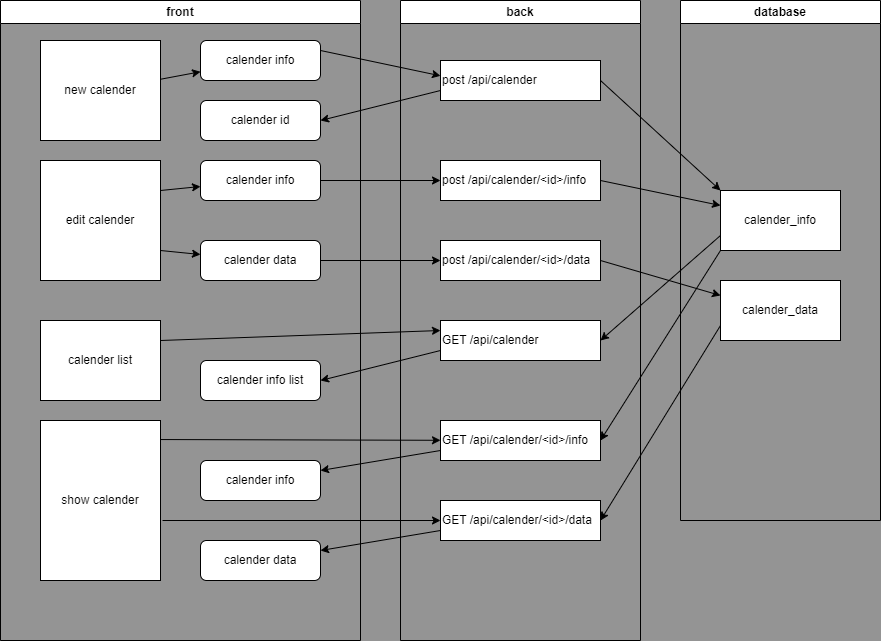
Earlier version of the draw.io export docs/img/structure.png (nagoya-caravan/backend). Source tidied: cells renumbered, new cells last; positions are measured from the earlier drawing's top-left corner, leaving out a move shared by most shapes.
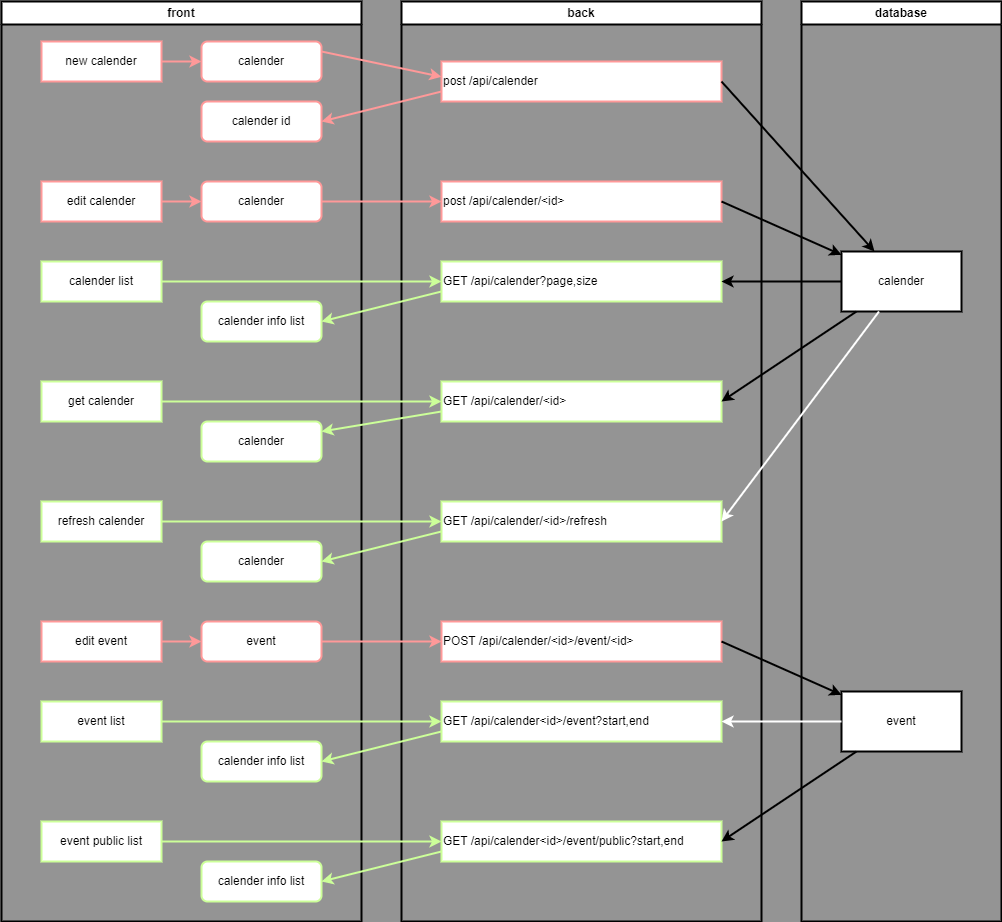
After the commit.

What changed in the source:
```diff
@@ -2,128 +2,170 @@
   <root>
     <mxCell id="0" />
     <mxCell id="1" parent="0" />
-    <mxCell id="2" value="front" style="swimlane;whiteSpace=wrap;html=1;" parent="1" vertex="1">
-      <mxGeometry width="360" height="640" as="geometry" />
+    <mxCell id="2" value="front" style="swimlane;whiteSpace=wrap;html=1;strokeWidth=2;" parent="1" vertex="1">
+      <mxGeometry width="360" height="920" as="geometry" />
     </mxCell>
-    <mxCell id="3" value="new calender" style="rounded=0;whiteSpace=wrap;html=1;" parent="2" vertex="1">
-      <mxGeometry x="40" y="40" width="120" height="100" as="geometry" />
+    <mxCell id="3" value="new calender" style="rounded=0;whiteSpace=wrap;html=1;strokeColor=#FF9999;strokeWidth=2;" parent="2" vertex="1">
+      <mxGeometry x="40" y="40" width="120" height="40" as="geometry" />
     </mxCell>
-    <mxCell id="4" style="edgeStyle=none;rounded=0;jettySize=auto;html=1;exitX=1;exitY=0.75;exitDx=0;exitDy=0;" parent="2" edge="1" source="5" target="15">
-      <mxGeometry relative="1" as="geometry" />
-    </mxCell>
-    <mxCell id="5" value="edit calender" style="rounded=0;whiteSpace=wrap;html=1;" parent="2" vertex="1">
-      <mxGeometry x="40" y="160" width="120" height="120" as="geometry" />
+    <mxCell id="5" value="edit calender" style="rounded=0;whiteSpace=wrap;html=1;strokeWidth=2;strokeColor=#FF9999;" parent="2" vertex="1">
+      <mxGeometry x="40" y="180" width="120" height="40" as="geometry" />
     </mxCell>
-    <mxCell id="6" value="calender list" style="rounded=0;whiteSpace=wrap;html=1;" parent="2" vertex="1">
-      <mxGeometry x="40" y="320" width="120" height="80" as="geometry" />
+    <mxCell id="6" value="calender list" style="rounded=0;whiteSpace=wrap;html=1;strokeWidth=2;strokeColor=#CCFF99;" parent="2" vertex="1">
+      <mxGeometry x="40" y="260" width="120" height="40" as="geometry" />
     </mxCell>
-    <mxCell id="7" value="show calender" style="rounded=0;whiteSpace=wrap;html=1;" parent="2" vertex="1">
-      <mxGeometry x="40" y="420" width="120" height="160" as="geometry" />
+    <mxCell id="7" value="get calender" style="rounded=0;whiteSpace=wrap;html=1;strokeWidth=2;strokeColor=#CCFF99;" parent="2" vertex="1">
+      <mxGeometry x="40" y="380" width="120" height="40" as="geometry" />
     </mxCell>
-    <mxCell id="8" value="calender info" style="rounded=1;whiteSpace=wrap;html=1;" parent="2" vertex="1">
-      <mxGeometry x="200" y="460" width="120" height="40" as="geometry" />
+    <mxCell id="8" value="calender" style="rounded=1;whiteSpace=wrap;html=1;strokeWidth=2;strokeColor=#CCFF99;" parent="2" vertex="1">
+      <mxGeometry x="200" y="420" width="120" height="40" as="geometry" />
     </mxCell>
-    <mxCell id="9" value="calender info list" style="rounded=1;whiteSpace=wrap;html=1;" parent="2" vertex="1">
-      <mxGeometry x="200" y="360" width="120" height="40" as="geometry" />
+    <mxCell id="9" value="calender info list" style="rounded=1;whiteSpace=wrap;html=1;strokeWidth=2;strokeColor=#CCFF99;" parent="2" vertex="1">
+      <mxGeometry x="200" y="300" width="120" height="40" as="geometry" />
     </mxCell>
-    <mxCell id="10" value="calender info" style="rounded=1;whiteSpace=wrap;html=1;" parent="2" vertex="1">
-      <mxGeometry x="200" y="160" width="120" height="40" as="geometry" />
+    <mxCell id="10" value="calender" style="rounded=1;whiteSpace=wrap;html=1;strokeWidth=2;strokeColor=#FF9999;" parent="2" vertex="1">
+      <mxGeometry x="200" y="180" width="120" height="40" as="geometry" />
     </mxCell>
-    <mxCell id="11" value="calender id" style="rounded=1;whiteSpace=wrap;html=1;" parent="2" vertex="1">
+    <mxCell id="11" value="calender id" style="rounded=1;whiteSpace=wrap;html=1;strokeColor=#FF9999;strokeWidth=2;" parent="2" vertex="1">
       <mxGeometry x="200" y="100" width="120" height="40" as="geometry" />
     </mxCell>
-    <mxCell id="12" value="calender info" style="rounded=1;whiteSpace=wrap;html=1;" parent="2" vertex="1">
+    <mxCell id="12" value="calender" style="rounded=1;whiteSpace=wrap;html=1;strokeColor=#FF9999;strokeWidth=2;" parent="2" vertex="1">
       <mxGeometry x="200" y="40" width="120" height="40" as="geometry" />
     </mxCell>
-    <mxCell id="13" style="edgeStyle=none;rounded=0;jettySize=auto;html=1;exitX=1;exitY=0.25;exitDx=0;exitDy=0;" parent="2" edge="1" source="5" target="10">
+    <mxCell id="13" style="edgeStyle=none;rounded=0;jettySize=auto;html=1;exitX=1;exitY=0.5;exitDx=0;exitDy=0;strokeWidth=2;strokeColor=#FF9999;" parent="2" edge="1" source="5" target="10">
       <mxGeometry relative="1" as="geometry" />
     </mxCell>
-    <mxCell id="14" style="rounded=0;jettySize=auto;html=1;" parent="2" edge="1" source="3" target="12">
+    <mxCell id="14" style="rounded=0;jettySize=auto;html=1;strokeWidth=2;strokeColor=#FF9999;" parent="2" edge="1" source="3" target="12">
       <mxGeometry relative="1" as="geometry" />
     </mxCell>
-    <mxCell id="15" value="calender data" style="rounded=1;whiteSpace=wrap;html=1;" parent="2" vertex="1">
-      <mxGeometry x="200" y="240" width="120" height="40" as="geometry" />
-    </mxCell>
-    <mxCell id="16" value="calender data" style="rounded=1;whiteSpace=wrap;html=1;" parent="2" vertex="1">
-      <mxGeometry x="200" y="540" width="120" height="40" as="geometry" />
-    </mxCell>
+    <mxCell id="43" value="calender" style="rounded=1;whiteSpace=wrap;html=1;strokeColor=#CCFF99;strokeWidth=2;" parent="2" vertex="1">
+      <mxGeometry x="200" y="540" width="120" height="40" as="geometry" />
+    </mxCell>
+    <mxCell id="44" style="edgeStyle=none;rounded=0;jettySize=auto;html=1;exitX=1;exitY=0.5;exitDx=0;exitDy=0;entryX=0;entryY=0.5;entryDx=0;entryDy=0;strokeColor=#FF9999;strokeWidth=2;" parent="2" edge="1" source="45" target="46">
+      <mxGeometry relative="1" as="geometry" />
+    </mxCell>
+    <mxCell id="45" value="edit event" style="rounded=0;whiteSpace=wrap;html=1;strokeColor=#FF9999;strokeWidth=2;" parent="2" vertex="1">
+      <mxGeometry x="40" y="620" width="120" height="40" as="geometry" />
+    </mxCell>
+    <mxCell id="46" value="event" style="rounded=1;whiteSpace=wrap;html=1;strokeColor=#FF9999;strokeWidth=2;" parent="2" vertex="1">
+      <mxGeometry x="200" y="620" width="120" height="40" as="geometry" />
+    </mxCell>
+    <mxCell id="47" value="refresh calender" style="rounded=0;whiteSpace=wrap;html=1;strokeColor=#CCFF99;strokeWidth=2;" parent="2" vertex="1">
+      <mxGeometry x="40" y="500" width="120" height="40" as="geometry" />
+    </mxCell>
+    <mxCell id="48" value="event list" style="rounded=0;whiteSpace=wrap;html=1;strokeWidth=2;strokeColor=#CCFF99;" parent="2" vertex="1">
+      <mxGeometry x="40" y="700" width="120" height="40" as="geometry" />
+    </mxCell>
-    <mxCell id="17" value="back" style="swimlane;whiteSpace=wrap;html=1;" parent="1" vertex="1">
-      <mxGeometry x="400" width="240" height="640" as="geometry" />
+    <mxCell id="17" value="back" style="swimlane;whiteSpace=wrap;html=1;strokeWidth=2;" parent="1" vertex="1">
+      <mxGeometry x="400" width="360" height="920" as="geometry" />
     </mxCell>
-    <mxCell id="18" value="post /api/calender" style="rounded=0;whiteSpace=wrap;html=1;align=left;" parent="17" vertex="1">
-      <mxGeometry x="40" y="60" width="160" height="40" as="geometry" />
+    <mxCell id="18" value="post /api/calender" style="rounded=0;whiteSpace=wrap;html=1;align=left;strokeColor=#FF9999;strokeWidth=2;" parent="17" vertex="1">
+      <mxGeometry x="40" y="60" width="280" height="40" as="geometry" />
     </mxCell>
-    <mxCell id="19" value="post /api/calender/&amp;lt;id&amp;gt;/info" style="rounded=0;whiteSpace=wrap;html=1;align=left;" parent="17" vertex="1">
-      <mxGeometry x="40" y="160" width="160" height="40" as="geometry" />
+    <mxCell id="19" value="post /api/calender/&amp;lt;id&amp;gt;" style="rounded=0;whiteSpace=wrap;html=1;align=left;strokeWidth=2;strokeColor=#FF9999;" parent="17" vertex="1">
+      <mxGeometry x="40" y="180" width="280" height="40" as="geometry" />
     </mxCell>
-    <mxCell id="20" value="GET /api/calender" style="rounded=0;whiteSpace=wrap;html=1;align=left;" parent="17" vertex="1">
-      <mxGeometry x="40" y="320" width="160" height="40" as="geometry" />
+    <mxCell id="20" value="GET /api/calender?page,size" style="rounded=0;whiteSpace=wrap;html=1;align=left;strokeWidth=2;strokeColor=#CCFF99;" parent="17" vertex="1">
+      <mxGeometry x="40" y="260" width="280" height="40" as="geometry" />
     </mxCell>
-    <mxCell id="21" value="GET /api/calender/&amp;lt;id&amp;gt;/info" style="rounded=0;whiteSpace=wrap;html=1;align=left;" parent="17" vertex="1">
-      <mxGeometry x="40" y="420" width="160" height="40" as="geometry" />
+    <mxCell id="21" value="GET /api/calender/&amp;lt;id&amp;gt;" style="rounded=0;whiteSpace=wrap;html=1;align=left;strokeWidth=2;strokeColor=#CCFF99;" parent="17" vertex="1">
+      <mxGeometry x="40" y="380" width="280" height="40" as="geometry" />
     </mxCell>
-    <mxCell id="22" value="post /api/calender/&amp;lt;id&amp;gt;/data" style="rounded=0;whiteSpace=wrap;html=1;align=left;" parent="17" vertex="1">
-      <mxGeometry x="40" y="240" width="160" height="40" as="geometry" />
-    </mxCell>
-    <mxCell id="23" value="GET /api/calender/&amp;lt;id&amp;gt;/data" style="rounded=0;whiteSpace=wrap;html=1;align=left;" parent="17" vertex="1">
-      <mxGeometry x="40" y="500" width="160" height="40" as="geometry" />
-    </mxCell>
+    <mxCell id="49" value="GET /api/calender/&amp;lt;id&amp;gt;/refresh" style="rounded=0;whiteSpace=wrap;html=1;align=left;strokeColor=#CCFF99;strokeWidth=2;" parent="17" vertex="1">
+      <mxGeometry x="40" y="500" width="280" height="40" as="geometry" />
+    </mxCell>
+    <mxCell id="50" value="POST /api/calender/&amp;lt;id&amp;gt;/event/&amp;lt;id&amp;gt;" style="rounded=0;whiteSpace=wrap;html=1;align=left;strokeColor=#FF9999;strokeWidth=2;" parent="17" vertex="1">
+      <mxGeometry x="40" y="620" width="280" height="40" as="geometry" />
+    </mxCell>
+    <mxCell id="51" value="calender info list" style="rounded=1;whiteSpace=wrap;html=1;strokeWidth=2;strokeColor=#CCFF99;" parent="17" vertex="1">
+      <mxGeometry x="-200" y="740" width="120" height="40" as="geometry" />
+    </mxCell>
+    <mxCell id="52" style="edgeStyle=none;rounded=0;jettySize=auto;html=1;exitX=0;exitY=0.75;exitDx=0;exitDy=0;entryX=1;entryY=0.5;entryDx=0;entryDy=0;strokeColor=#CCFF99;strokeWidth=2;" parent="17" edge="1" source="53" target="51">
+      <mxGeometry relative="1" as="geometry" />
+    </mxCell>
+    <mxCell id="53" value="GET /api/calender&amp;lt;id&amp;gt;/event?start,end" style="rounded=0;whiteSpace=wrap;html=1;align=left;strokeWidth=2;strokeColor=#CCFF99;" parent="17" vertex="1">
+      <mxGeometry x="40" y="700" width="280" height="40" as="geometry" />
+    </mxCell>
+    <mxCell id="54" value="event public list" style="rounded=0;whiteSpace=wrap;html=1;strokeWidth=2;strokeColor=#CCFF99;" parent="17" vertex="1">
+      <mxGeometry x="-360" y="820" width="120" height="40" as="geometry" />
+    </mxCell>
+    <mxCell id="55" value="calender info list" style="rounded=1;whiteSpace=wrap;html=1;strokeWidth=2;strokeColor=#CCFF99;" parent="17" vertex="1">
+      <mxGeometry x="-200" y="860" width="120" height="40" as="geometry" />
+    </mxCell>
+    <mxCell id="56" style="edgeStyle=none;rounded=0;jettySize=auto;html=1;exitX=0;exitY=0.75;exitDx=0;exitDy=0;entryX=1;entryY=0.5;entryDx=0;entryDy=0;strokeColor=#CCFF99;strokeWidth=2;" parent="17" edge="1" source="57" target="55">
+      <mxGeometry relative="1" as="geometry" />
+    </mxCell>
+    <mxCell id="57" value="GET /api/calender&amp;lt;id&amp;gt;/event/public?start,end" style="rounded=0;whiteSpace=wrap;html=1;align=left;strokeWidth=2;strokeColor=#CCFF99;" parent="17" vertex="1">
+      <mxGeometry x="40" y="820" width="280" height="40" as="geometry" />
+    </mxCell>
+    <mxCell id="58" style="edgeStyle=none;rounded=0;jettySize=auto;html=1;exitX=1;exitY=0.5;exitDx=0;exitDy=0;entryX=0;entryY=0.5;entryDx=0;entryDy=0;strokeColor=#CCFF99;strokeWidth=2;" parent="17" edge="1" source="54" target="57">
+      <mxGeometry relative="1" as="geometry" />
+    </mxCell>
-    <mxCell id="24" style="edgeStyle=none;rounded=0;jettySize=auto;html=1;exitX=0;exitY=0.75;exitDx=0;exitDy=0;entryX=1;entryY=0.5;entryDx=0;entryDy=0;" parent="1" edge="1" source="18" target="11">
+    <mxCell id="24" style="edgeStyle=none;rounded=0;jettySize=auto;html=1;exitX=0;exitY=0.75;exitDx=0;exitDy=0;entryX=1;entryY=0.5;entryDx=0;entryDy=0;strokeWidth=2;strokeColor=#FF9999;" parent="1" edge="1" source="18" target="11">
       <mxGeometry relative="1" as="geometry" />
     </mxCell>
-    <mxCell id="25" style="edgeStyle=none;rounded=0;jettySize=auto;html=1;exitX=1;exitY=0.5;exitDx=0;exitDy=0;entryX=0;entryY=0.5;entryDx=0;entryDy=0;" parent="1" edge="1" source="10" target="19">
+    <mxCell id="25" style="edgeStyle=none;rounded=0;jettySize=auto;html=1;exitX=1;exitY=0.5;exitDx=0;exitDy=0;entryX=0;entryY=0.5;entryDx=0;entryDy=0;strokeWidth=2;strokeColor=#FF9999;" parent="1" edge="1" source="10" target="19">
       <mxGeometry relative="1" as="geometry" />
     </mxCell>
-    <mxCell id="26" style="edgeStyle=none;rounded=0;jettySize=auto;html=1;exitX=1;exitY=0.25;exitDx=0;exitDy=0;entryX=0;entryY=0.383;entryDx=0;entryDy=0;entryPerimeter=0;" parent="1" edge="1" source="12" target="18">
+    <mxCell id="26" style="edgeStyle=none;rounded=0;jettySize=auto;html=1;exitX=1;exitY=0.25;exitDx=0;exitDy=0;entryX=0;entryY=0.383;entryDx=0;entryDy=0;entryPerimeter=0;strokeWidth=2;strokeColor=#FF9999;" parent="1" edge="1" source="12" target="18">
       <mxGeometry relative="1" as="geometry" />
     </mxCell>
-    <mxCell id="27" style="edgeStyle=none;rounded=0;jettySize=auto;html=1;exitX=1;exitY=0.25;exitDx=0;exitDy=0;entryX=0;entryY=0.25;entryDx=0;entryDy=0;" parent="1" edge="1" source="6" target="20">
+    <mxCell id="27" style="edgeStyle=none;rounded=0;jettySize=auto;html=1;exitX=1;exitY=0.5;exitDx=0;exitDy=0;strokeWidth=2;strokeColor=#CCFF99;" parent="1" edge="1" source="6" target="20">
       <mxGeometry relative="1" as="geometry" />
     </mxCell>
-    <mxCell id="28" style="edgeStyle=none;rounded=0;jettySize=auto;html=1;exitX=0;exitY=0.75;exitDx=0;exitDy=0;entryX=1;entryY=0.5;entryDx=0;entryDy=0;" parent="1" edge="1" source="20" target="9">
+    <mxCell id="28" style="edgeStyle=none;rounded=0;jettySize=auto;html=1;exitX=0;exitY=0.75;exitDx=0;exitDy=0;entryX=1;entryY=0.5;entryDx=0;entryDy=0;strokeWidth=2;strokeColor=#CCFF99;" parent="1" edge="1" source="20" target="9">
       <mxGeometry relative="1" as="geometry" />
     </mxCell>
-    <mxCell id="29" style="edgeStyle=none;rounded=0;jettySize=auto;html=1;exitX=0;exitY=0.75;exitDx=0;exitDy=0;" parent="1" edge="1" source="21" target="8">
+    <mxCell id="29" style="edgeStyle=none;rounded=0;jettySize=auto;html=1;exitX=0;exitY=0.75;exitDx=0;exitDy=0;strokeWidth=2;strokeColor=#CCFF99;" parent="1" edge="1" source="21" target="8">
       <mxGeometry relative="1" as="geometry" />
     </mxCell>
-    <mxCell id="30" style="edgeStyle=none;rounded=0;jettySize=auto;html=1;exitX=1;exitY=0.119;exitDx=0;exitDy=0;exitPerimeter=0;" parent="1" edge="1" source="7" target="21">
+    <mxCell id="30" style="edgeStyle=none;rounded=0;jettySize=auto;html=1;exitX=1;exitY=0.5;exitDx=0;exitDy=0;strokeWidth=2;strokeColor=#CCFF99;" parent="1" edge="1" source="7" target="21">
       <mxGeometry relative="1" as="geometry" />
     </mxCell>
-    <mxCell id="31" value="database" style="swimlane;whiteSpace=wrap;html=1;" parent="1" vertex="1">
-      <mxGeometry x="680" width="200" height="520" as="geometry" />
+    <mxCell id="31" value="database" style="swimlane;whiteSpace=wrap;html=1;strokeWidth=2;" parent="1" vertex="1">
+      <mxGeometry x="800" width="200" height="920" as="geometry" />
     </mxCell>
-    <mxCell id="32" value="calender_info" style="rounded=0;whiteSpace=wrap;html=1;" parent="31" vertex="1">
-      <mxGeometry x="40" y="190" width="120" height="60" as="geometry" />
+    <mxCell id="32" value="calender" style="rounded=0;whiteSpace=wrap;html=1;strokeWidth=2;" parent="31" vertex="1">
+      <mxGeometry x="40" y="250" width="120" height="60" as="geometry" />
     </mxCell>
-    <mxCell id="33" value="calender_data" style="rounded=0;whiteSpace=wrap;html=1;" parent="31" vertex="1">
-      <mxGeometry x="40" y="280" width="120" height="60" as="geometry" />
+    <mxCell id="33" value="event" style="rounded=0;whiteSpace=wrap;html=1;strokeWidth=2;" parent="31" vertex="1">
+      <mxGeometry x="40" y="690" width="120" height="60" as="geometry" />
     </mxCell>
-    <mxCell id="34" style="edgeStyle=none;rounded=0;jettySize=auto;html=1;exitX=1;exitY=0.5;exitDx=0;exitDy=0;entryX=0;entryY=0;entryDx=0;entryDy=0;" parent="1" edge="1" source="18" target="32">
+    <mxCell id="34" style="edgeStyle=none;rounded=0;jettySize=auto;html=1;exitX=1;exitY=0.5;exitDx=0;exitDy=0;strokeWidth=2;" parent="1" edge="1" source="18" target="32">
       <mxGeometry relative="1" as="geometry" />
     </mxCell>
-    <mxCell id="35" style="edgeStyle=none;rounded=0;jettySize=auto;html=1;exitX=1;exitY=0.5;exitDx=0;exitDy=0;entryX=0;entryY=0.25;entryDx=0;entryDy=0;" parent="1" edge="1" source="19" target="32">
+    <mxCell id="35" style="edgeStyle=none;rounded=0;jettySize=auto;html=1;exitX=1;exitY=0.5;exitDx=0;exitDy=0;strokeWidth=2;" parent="1" edge="1" source="19" target="32">
       <mxGeometry relative="1" as="geometry" />
     </mxCell>
-    <mxCell id="36" style="edgeStyle=none;rounded=0;jettySize=auto;html=1;exitX=0;exitY=0.75;exitDx=0;exitDy=0;entryX=1;entryY=0.5;entryDx=0;entryDy=0;" parent="1" edge="1" source="32" target="20">
+    <mxCell id="36" style="edgeStyle=none;rounded=0;jettySize=auto;html=1;entryX=1;entryY=0.5;entryDx=0;entryDy=0;strokeWidth=2;" parent="1" edge="1" source="32" target="20">
       <mxGeometry relative="1" as="geometry" />
     </mxCell>
-    <mxCell id="37" style="edgeStyle=none;rounded=0;jettySize=auto;html=1;exitX=0;exitY=1;exitDx=0;exitDy=0;entryX=1;entryY=0.5;entryDx=0;entryDy=0;" parent="1" edge="1" source="32" target="21">
+    <mxCell id="37" style="edgeStyle=none;rounded=0;jettySize=auto;html=1;entryX=1;entryY=0.5;entryDx=0;entryDy=0;strokeWidth=2;" parent="1" edge="1" source="32" target="21">
       <mxGeometry relative="1" as="geometry" />
     </mxCell>
-    <mxCell id="38" style="edgeStyle=none;rounded=0;jettySize=auto;html=1;" parent="1" edge="1" source="15" target="22">
-      <mxGeometry relative="1" as="geometry" />
-    </mxCell>
-    <mxCell id="39" style="edgeStyle=none;rounded=0;jettySize=auto;html=1;exitX=1.017;exitY=0.625;exitDx=0;exitDy=0;exitPerimeter=0;" parent="1" edge="1" source="7" target="23">
-      <mxGeometry relative="1" as="geometry" />
-    </mxCell>
-    <mxCell id="40" style="edgeStyle=none;rounded=0;jettySize=auto;html=1;exitX=0;exitY=0.75;exitDx=0;exitDy=0;" parent="1" edge="1" source="23" target="16">
-      <mxGeometry relative="1" as="geometry" />
-    </mxCell>
-    <mxCell id="41" style="edgeStyle=none;rounded=0;jettySize=auto;html=1;exitX=1;exitY=0.5;exitDx=0;exitDy=0;entryX=0;entryY=0.25;entryDx=0;entryDy=0;" parent="1" edge="1" source="22" target="33">
-      <mxGeometry relative="1" as="geometry" />
-    </mxCell>
-    <mxCell id="42" style="edgeStyle=none;rounded=0;jettySize=auto;html=1;exitX=0;exitY=0.75;exitDx=0;exitDy=0;entryX=1;entryY=0.5;entryDx=0;entryDy=0;" parent="1" edge="1" source="33" target="23">
-      <mxGeometry relative="1" as="geometry" />
-    </mxCell>
+    <mxCell id="59" style="edgeStyle=none;rounded=0;jettySize=auto;html=1;exitX=0;exitY=0.75;exitDx=0;exitDy=0;entryX=1;entryY=0.5;entryDx=0;entryDy=0;strokeColor=#CCFF99;strokeWidth=2;" parent="1" edge="1" source="49" target="43">
+      <mxGeometry relative="1" as="geometry" />
+    </mxCell>
+    <mxCell id="60" style="edgeStyle=none;rounded=0;jettySize=auto;html=1;exitX=1;exitY=0.5;exitDx=0;exitDy=0;strokeColor=#FF9999;strokeWidth=2;" parent="1" edge="1" source="46" target="50">
+      <mxGeometry relative="1" as="geometry" />
+    </mxCell>
+    <mxCell id="61" style="edgeStyle=none;rounded=0;jettySize=auto;html=1;exitX=1;exitY=0.5;exitDx=0;exitDy=0;strokeWidth=2;" parent="1" edge="1" source="50" target="33">
+      <mxGeometry relative="1" as="geometry" />
+    </mxCell>
+    <mxCell id="62" style="edgeStyle=none;rounded=0;jettySize=auto;html=1;exitX=1;exitY=0.5;exitDx=0;exitDy=0;strokeColor=#CCFF99;strokeWidth=2;" parent="1" edge="1" source="47" target="49">
+      <mxGeometry relative="1" as="geometry" />
+    </mxCell>
+    <mxCell id="63" style="edgeStyle=none;rounded=0;jettySize=auto;html=1;exitX=1;exitY=0.5;exitDx=0;exitDy=0;entryX=0;entryY=0.5;entryDx=0;entryDy=0;strokeColor=#CCFF99;strokeWidth=2;" parent="1" edge="1" source="48" target="53">
+      <mxGeometry relative="1" as="geometry" />
+    </mxCell>
+    <mxCell id="64" style="edgeStyle=none;rounded=0;jettySize=auto;html=1;entryX=1;entryY=0.5;entryDx=0;entryDy=0;strokeColor=#FFFFFF;strokeWidth=2;" parent="1" edge="1" source="33" target="53">
+      <mxGeometry relative="1" as="geometry" />
+    </mxCell>
+    <mxCell id="65" style="edgeStyle=none;rounded=0;jettySize=auto;html=1;entryX=1;entryY=0.5;entryDx=0;entryDy=0;strokeColor=#FFFFFF;strokeWidth=2;" parent="1" edge="1" source="32" target="49">
+      <mxGeometry relative="1" as="geometry" />
+    </mxCell>
+    <mxCell id="66" style="rounded=0;jettySize=auto;html=1;entryX=1;entryY=0.5;entryDx=0;entryDy=0;strokeWidth=2;" parent="1" edge="1" source="33" target="57">
+      <mxGeometry relative="1" as="geometry" />
+    </mxCell>
   </root>
 </mxGraphModel>
```
